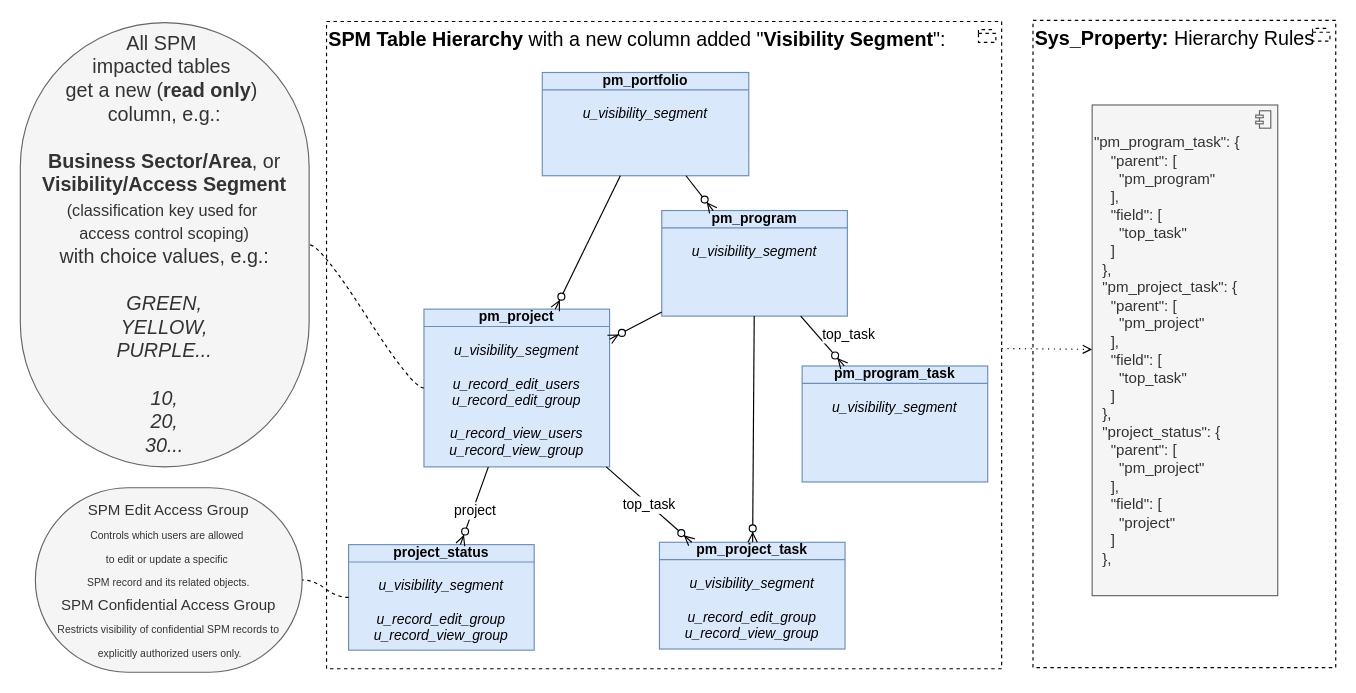
Earlier version of the draw.io diagram page "hier1" (4 of 20) of Sar.drawio (algimas/tmp). Source tidied: cells renumbered, new cells numbered last; positions are measured from the earlier drawing's top-left corner, leaving out a move shared by most shapes. Both pictures are drawn from the tidied source at 116%, with x=0, y=0 at pixel (20, 20).
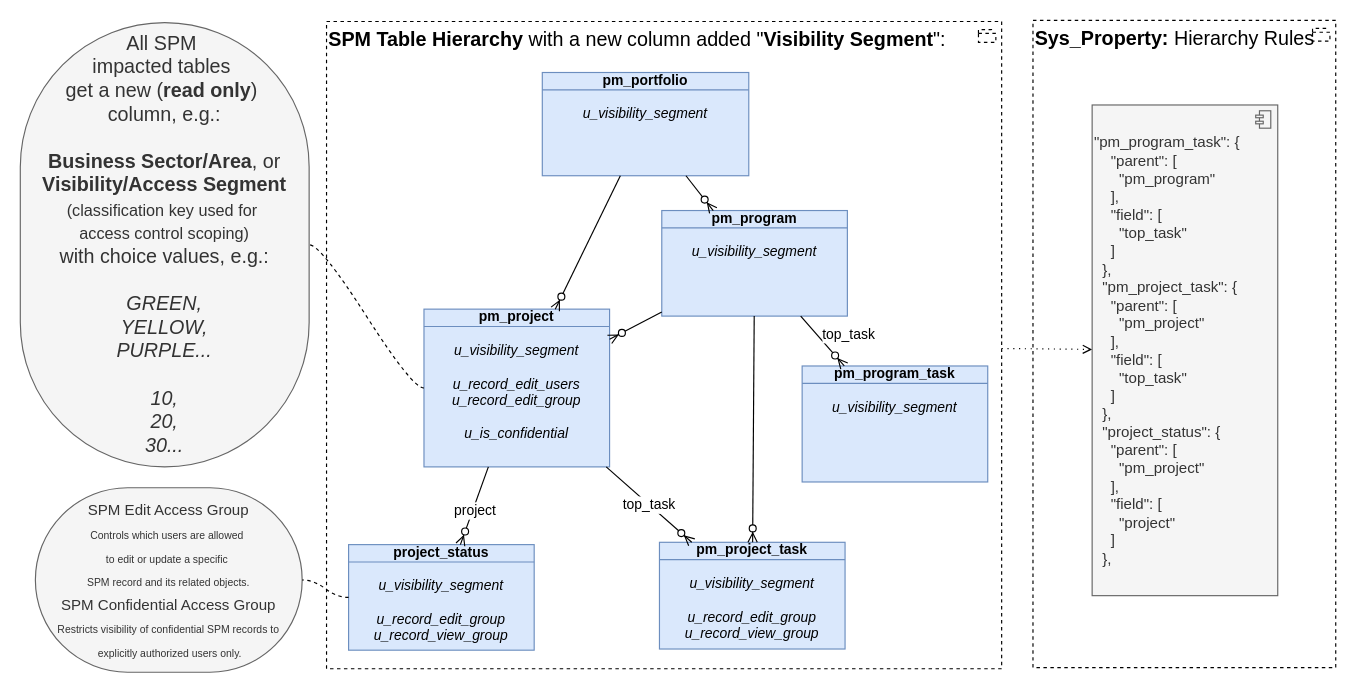
The same diagram, later.

Change to the diagram source:
```diff
@@
-    <mxCell id="4" value="&lt;div&gt;&lt;b&gt;pm_project&lt;/b&gt;&lt;/div&gt;&lt;div&gt;&lt;div&gt;&lt;i&gt;&lt;br&gt;&lt;/i&gt;&lt;/div&gt;&lt;div&gt;&lt;i&gt;u_visibility_segment&lt;/i&gt;&lt;/div&gt;&lt;div&gt;&lt;br&gt;&lt;/div&gt;&lt;i&gt;u_record_edit_users&lt;br&gt;u_&lt;/i&gt;&lt;i&gt;record&lt;/i&gt;&lt;i&gt;_edit_group&lt;/i&gt;&lt;/div&gt;&lt;div&gt;&lt;i&gt;&lt;br&gt;u_&lt;/i&gt;&lt;i&gt;record&lt;/i&gt;&lt;i&gt;_view_users&lt;br&gt;u_&lt;/i&gt;&lt;i&gt;record&lt;/i&gt;&lt;i&gt;_view_group&lt;/i&gt;&lt;/div&gt;" style="html=1;outlineConnect=0;whiteSpace=wrap;fillColor=#dae8fc;shape=mxgraph.archimate3.businessObject;overflow=fill;strokeColor=#6c8ebf;fontStyle=0;fontSize=12;" parent="1" vertex="1">
+    <mxCell id="4" value="&lt;div&gt;&lt;b&gt;pm_project&lt;/b&gt;&lt;/div&gt;&lt;div&gt;&lt;div&gt;&lt;i&gt;&lt;br&gt;&lt;/i&gt;&lt;/div&gt;&lt;div&gt;&lt;i&gt;u_visibility_segment&lt;/i&gt;&lt;/div&gt;&lt;div&gt;&lt;br&gt;&lt;/div&gt;&lt;i&gt;u_record_edit_users&lt;br&gt;u_&lt;/i&gt;&lt;i&gt;record&lt;/i&gt;&lt;i&gt;_edit_group&lt;/i&gt;&lt;/div&gt;&lt;div&gt;&lt;i&gt;&lt;br&gt;&lt;/i&gt;&lt;/div&gt;&lt;div&gt;&lt;i&gt;u_is_confidential&lt;/i&gt;&lt;/div&gt;" style="html=1;outlineConnect=0;whiteSpace=wrap;fillColor=#dae8fc;shape=mxgraph.archimate3.businessObject;overflow=fill;strokeColor=#6c8ebf;fontStyle=0;fontSize=12;" parent="1" vertex="1">
       <mxGeometry x="348" y="249" width="160" height="136" as="geometry" />
     </mxCell>
```
